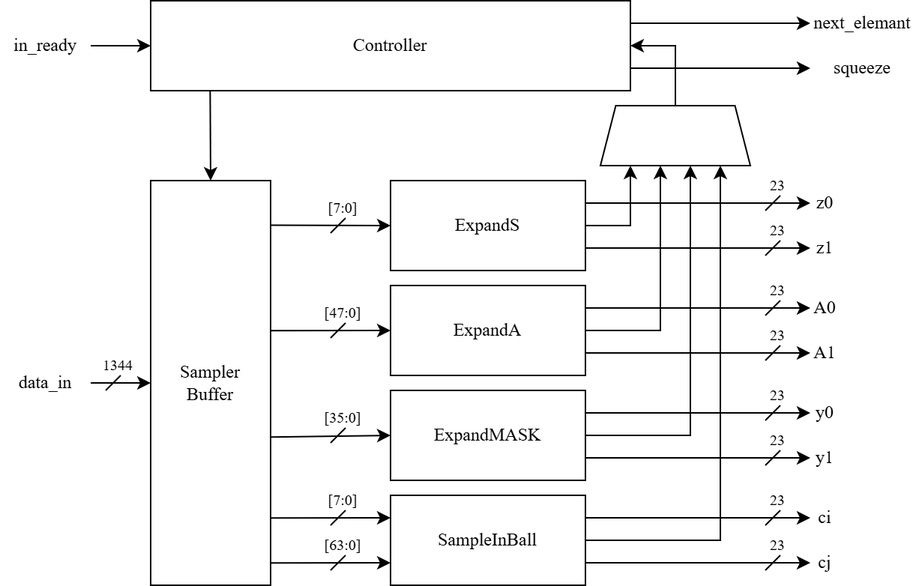
Fossum2523/ML_DSA keeps this draw.io diagram as Diagram/Block Diagram/Sampler/Sampler.png. Above is the earlier version. Source tidied: cells renumbered, new cells last; positions are measured from the earlier drawing's top-left corner, leaving out a move shared by most shapes. Source of this version:
```xml
<mxGraphModel>
  <root>
    <mxCell id="0" />
    <mxCell id="1" parent="0" />
    <mxCell id="2" value="&lt;font face=&quot;Times New Roman&quot;&gt;Sampler&lt;/font&gt;&lt;div&gt;&lt;font face=&quot;Times New Roman&quot;&gt;Buffer&lt;/font&gt;&lt;/div&gt;" style="rounded=0;whiteSpace=wrap;html=1;strokeColor=default;align=center;verticalAlign=middle;fontFamily=Helvetica;fontSize=12;fontColor=default;fillColor=default;" parent="1" vertex="1">
      <mxGeometry x="100" y="120" width="80" height="270" as="geometry" />
    </mxCell>
    <mxCell id="3" value="&lt;font style=&quot;font-size: 12px;&quot;&gt;Controller&lt;/font&gt;" style="rounded=0;whiteSpace=wrap;html=1;fontFamily=Times New Roman;" parent="1" vertex="1">
      <mxGeometry x="100" width="320" height="60" as="geometry" />
    </mxCell>
    <mxCell id="4" style="endArrow=classic;html=1;rounded=0;exitX=0.124;exitY=0.995;exitDx=0;exitDy=0;exitPerimeter=0;entryX=0.5;entryY=0;entryDx=0;entryDy=0;" parent="1" edge="1" source="3" target="2">
      <mxGeometry relative="1" as="geometry" />
    </mxCell>
    <mxCell id="5" style="endArrow=classic;html=1;rounded=0;entryX=0;entryY=0.5;entryDx=0;entryDy=0;exitX=1;exitY=0.5;exitDx=0;exitDy=0;" parent="1" edge="1" source="58" target="3">
      <mxGeometry relative="1" as="geometry" />
    </mxCell>
    <mxCell id="6" value="&lt;font style=&quot;font-size: 12px;&quot; face=&quot;Times New Roman&quot;&gt;ExpandS&lt;/font&gt;" style="rounded=0;whiteSpace=wrap;html=1;" parent="1" vertex="1">
      <mxGeometry x="260" y="120" width="130" height="60" as="geometry" />
    </mxCell>
    <mxCell id="7" value="&lt;font style=&quot;font-size: 12px;&quot; face=&quot;Times New Roman&quot;&gt;ExpandA&lt;/font&gt;" style="rounded=0;whiteSpace=wrap;html=1;" parent="1" vertex="1">
      <mxGeometry x="260" y="190" width="130" height="60" as="geometry" />
    </mxCell>
    <mxCell id="8" value="&lt;font style=&quot;font-size: 12px;&quot; face=&quot;Times New Roman&quot;&gt;ExpandMASK&lt;/font&gt;" style="rounded=0;whiteSpace=wrap;html=1;" parent="1" vertex="1">
      <mxGeometry x="260" y="260" width="130" height="60" as="geometry" />
    </mxCell>
    <mxCell id="9" value="&lt;font style=&quot;font-size: 12px;&quot; face=&quot;Times New Roman&quot;&gt;SampleInBall&lt;/font&gt;" style="rounded=0;whiteSpace=wrap;html=1;" parent="1" vertex="1">
      <mxGeometry x="260" y="330" width="130" height="60" as="geometry" />
    </mxCell>
    <mxCell id="10" style="endArrow=classic;html=1;rounded=0;entryX=0;entryY=0.5;entryDx=0;entryDy=0;exitX=1;exitY=0.5;exitDx=0;exitDy=0;" parent="1" edge="1" source="59" target="2">
      <mxGeometry relative="1" as="geometry" />
    </mxCell>
    <mxCell id="11" style="endArrow=classic;html=1;rounded=0;exitX=1.002;exitY=0.11;exitDx=0;exitDy=0;exitPerimeter=0;entryX=0;entryY=0.5;entryDx=0;entryDy=0;" parent="1" edge="1" source="2" target="6">
      <mxGeometry relative="1" as="geometry" />
    </mxCell>
    <mxCell id="12" style="endArrow=classic;html=1;rounded=0;entryX=0;entryY=0.5;entryDx=0;entryDy=0;exitX=1;exitY=0.371;exitDx=0;exitDy=0;exitPerimeter=0;" parent="1" edge="1" source="2" target="7">
      <mxGeometry relative="1" as="geometry" />
    </mxCell>
    <mxCell id="13" style="endArrow=classic;html=1;rounded=0;entryX=0;entryY=0.5;entryDx=0;entryDy=0;exitX=1;exitY=0.634;exitDx=0;exitDy=0;exitPerimeter=0;" parent="1" edge="1" source="2" target="8">
      <mxGeometry relative="1" as="geometry" />
    </mxCell>
    <mxCell id="14" style="endArrow=classic;html=1;rounded=0;entryX=0;entryY=0.25;entryDx=0;entryDy=0;exitX=0.994;exitY=0.834;exitDx=0;exitDy=0;exitPerimeter=0;" parent="1" edge="1" source="2" target="9">
      <mxGeometry relative="1" as="geometry" />
    </mxCell>
    <mxCell id="15" style="shape=trapezoid;perimeter=trapezoidPerimeter;whiteSpace=wrap;html=1;fixedSize=1;rotation=0;size=10.25;fontFamily=Times New Roman;points=[[0,0,0,0,0],[0,0.25,0,0,0],[0,0.5,0,0,0],[0,0.75,0,0,0],[0,1,0,0,0],[0.2,1,0,0,0],[0.25,0,0,0,0],[0.4,1,0,0,0],[0.5,0,0,0,0],[0.6,1,0,0,0],[0.75,0,0,0,0],[0.8,1,0,0,0],[1,0,0,0,0],[1,0.25,0,0,0],[1,0.5,0,0,0],[1,0.75,0,0,0],[1,1,0,0,0]];" parent="1" vertex="1">
      <mxGeometry x="400" y="70" width="100" height="40" as="geometry" />
    </mxCell>
    <mxCell id="16" style="endArrow=classic;html=1;rounded=0;exitX=0.5;exitY=0;exitDx=0;exitDy=0;exitPerimeter=0;entryX=1;entryY=0.5;entryDx=0;entryDy=0;" parent="1" edge="1" source="15" target="3">
      <mxGeometry relative="1" as="geometry">
        <Array as="points">
          <mxPoint x="450" y="30" />
        </Array>
      </mxGeometry>
    </mxCell>
    <mxCell id="17" style="endArrow=classic;html=1;rounded=0;exitX=1;exitY=0.25;exitDx=0;exitDy=0;fontFamily=Times New Roman;" parent="1" edge="1" source="6">
      <mxGeometry relative="1" as="geometry">
        <mxPoint x="540" y="135" as="targetPoint" />
      </mxGeometry>
    </mxCell>
    <mxCell id="18" style="endArrow=classic;html=1;rounded=0;exitX=1;exitY=0.75;exitDx=0;exitDy=0;entryX=0;entryY=0.5;entryDx=0;entryDy=0;fontFamily=Times New Roman;" parent="1" edge="1" source="6" target="65">
      <mxGeometry relative="1" as="geometry" />
    </mxCell>
    <mxCell id="19" style="endArrow=classic;html=1;rounded=0;exitX=1;exitY=0.75;exitDx=0;exitDy=0;fontFamily=Times New Roman;" parent="1" edge="1" source="7">
      <mxGeometry relative="1" as="geometry">
        <mxPoint x="540" y="235" as="targetPoint" />
      </mxGeometry>
    </mxCell>
    <mxCell id="20" style="endArrow=classic;html=1;rounded=0;exitX=1;exitY=0.25;exitDx=0;exitDy=0;fontFamily=Times New Roman;" parent="1" edge="1" source="8">
      <mxGeometry relative="1" as="geometry">
        <mxPoint x="540" y="275" as="targetPoint" />
      </mxGeometry>
    </mxCell>
    <mxCell id="21" style="endArrow=classic;html=1;rounded=0;exitX=1;exitY=0.75;exitDx=0;exitDy=0;fontFamily=Times New Roman;" parent="1" edge="1" source="8">
      <mxGeometry relative="1" as="geometry">
        <mxPoint x="540" y="305" as="targetPoint" />
      </mxGeometry>
    </mxCell>
    <mxCell id="22" style="endArrow=classic;html=1;rounded=0;exitX=1;exitY=0.25;exitDx=0;exitDy=0;" parent="1" edge="1" source="9">
      <mxGeometry relative="1" as="geometry">
        <mxPoint x="540" y="345" as="targetPoint" />
      </mxGeometry>
    </mxCell>
    <mxCell id="23" style="endArrow=classic;html=1;rounded=0;exitX=1;exitY=0.75;exitDx=0;exitDy=0;" parent="1" edge="1" source="9">
      <mxGeometry relative="1" as="geometry">
        <mxPoint x="540" y="375" as="targetPoint" />
      </mxGeometry>
    </mxCell>
    <mxCell id="24" style="endArrow=none;html=1;rounded=0;fontFamily=Times New Roman;fontSize=10;" parent="1" edge="1">
      <mxGeometry y="-7" relative="1" as="geometry">
        <mxPoint x="510" y="140" as="sourcePoint" />
        <mxPoint x="520" y="130" as="targetPoint" />
      </mxGeometry>
    </mxCell>
    <mxCell id="25" value="&lt;font&gt;23&lt;/font&gt;" style="edgeLabel;html=1;align=center;verticalAlign=bottom;fontFamily=Times New Roman;fontSize=10;" parent="24" vertex="1">
      <mxGeometry x="0.71" y="2" relative="1" as="geometry">
        <mxPoint y="1" as="offset" />
      </mxGeometry>
    </mxCell>
    <mxCell id="26" style="endArrow=none;html=1;rounded=0;fontFamily=Times New Roman;fontSize=10;" parent="1" edge="1">
      <mxGeometry relative="1" as="geometry">
        <mxPoint x="510" y="170" as="sourcePoint" />
        <mxPoint x="520" y="160" as="targetPoint" />
      </mxGeometry>
    </mxCell>
    <mxCell id="27" value="23" style="edgeLabel;html=1;align=center;verticalAlign=bottom;fontFamily=Times New Roman;fontSize=10;" parent="26" vertex="1">
      <mxGeometry x="0.71" y="2" relative="1" as="geometry">
        <mxPoint y="1" as="offset" />
      </mxGeometry>
    </mxCell>
    <mxCell id="28" style="endArrow=classic;html=1;rounded=0;exitX=1;exitY=0.25;exitDx=0;exitDy=0;fontFamily=Times New Roman;" parent="1" edge="1" source="7">
      <mxGeometry relative="1" as="geometry">
        <mxPoint x="540" y="205" as="targetPoint" />
      </mxGeometry>
    </mxCell>
    <mxCell id="29" style="endArrow=classic;html=1;rounded=0;exitX=1;exitY=0.5;exitDx=0;exitDy=0;entryX=0.2;entryY=1;entryDx=0;entryDy=0;entryPerimeter=0;fontFamily=Times New Roman;" parent="1" edge="1" source="6" target="15">
      <mxGeometry relative="1" as="geometry">
        <Array as="points">
          <mxPoint x="420" y="150" />
        </Array>
      </mxGeometry>
    </mxCell>
    <mxCell id="30" style="endArrow=classic;html=1;rounded=0;exitX=1;exitY=0.5;exitDx=0;exitDy=0;entryX=0.4;entryY=1;entryDx=0;entryDy=0;entryPerimeter=0;fontFamily=Times New Roman;" parent="1" edge="1" source="7" target="15">
      <mxGeometry relative="1" as="geometry">
        <Array as="points">
          <mxPoint x="440" y="220" />
        </Array>
      </mxGeometry>
    </mxCell>
    <mxCell id="31" style="endArrow=classic;html=1;rounded=0;entryX=0.8;entryY=1;entryDx=0;entryDy=0;entryPerimeter=0;exitX=1;exitY=0.5;exitDx=0;exitDy=0;" parent="1" edge="1" source="9" target="15">
      <mxGeometry relative="1" as="geometry">
        <Array as="points">
          <mxPoint x="480" y="360" />
        </Array>
      </mxGeometry>
    </mxCell>
    <mxCell id="32" style="endArrow=classic;html=1;rounded=0;exitX=1;exitY=0.5;exitDx=0;exitDy=0;entryX=0.6;entryY=1;entryDx=0;entryDy=0;entryPerimeter=0;fontFamily=Times New Roman;" parent="1" edge="1" source="8" target="15">
      <mxGeometry relative="1" as="geometry">
        <Array as="points">
          <mxPoint x="460" y="290" />
        </Array>
      </mxGeometry>
    </mxCell>
    <mxCell id="33" style="endArrow=none;html=1;rounded=0;fontFamily=Times New Roman;fontSize=10;" parent="1" edge="1">
      <mxGeometry relative="1" as="geometry">
        <mxPoint x="510" y="210" as="sourcePoint" />
        <mxPoint x="520" y="200" as="targetPoint" />
      </mxGeometry>
    </mxCell>
    <mxCell id="34" value="23" style="edgeLabel;html=1;align=center;verticalAlign=bottom;fontFamily=Times New Roman;fontSize=10;" parent="33" vertex="1">
      <mxGeometry x="0.71" y="2" relative="1" as="geometry">
        <mxPoint y="1" as="offset" />
      </mxGeometry>
    </mxCell>
    <mxCell id="35" style="endArrow=none;html=1;rounded=0;fontFamily=Times New Roman;fontSize=10;" parent="1" edge="1">
      <mxGeometry relative="1" as="geometry">
        <mxPoint x="510" y="240" as="sourcePoint" />
        <mxPoint x="520" y="230" as="targetPoint" />
      </mxGeometry>
    </mxCell>
    <mxCell id="36" value="23" style="edgeLabel;html=1;align=center;verticalAlign=bottom;fontFamily=Times New Roman;fontSize=10;" parent="35" vertex="1">
      <mxGeometry x="0.71" y="2" relative="1" as="geometry">
        <mxPoint y="1" as="offset" />
      </mxGeometry>
    </mxCell>
    <mxCell id="37" style="endArrow=none;html=1;rounded=0;fontFamily=Times New Roman;fontSize=10;" parent="1" edge="1">
      <mxGeometry relative="1" as="geometry">
        <mxPoint x="510" y="280" as="sourcePoint" />
        <mxPoint x="520" y="270" as="targetPoint" />
      </mxGeometry>
    </mxCell>
    <mxCell id="38" value="23" style="edgeLabel;html=1;align=center;verticalAlign=bottom;fontFamily=Times New Roman;fontSize=10;" parent="37" vertex="1">
      <mxGeometry x="0.71" y="2" relative="1" as="geometry">
        <mxPoint y="1" as="offset" />
      </mxGeometry>
    </mxCell>
    <mxCell id="39" style="endArrow=none;html=1;rounded=0;fontFamily=Times New Roman;fontSize=10;" parent="1" edge="1">
      <mxGeometry relative="1" as="geometry">
        <mxPoint x="510" y="310" as="sourcePoint" />
        <mxPoint x="520" y="300" as="targetPoint" />
      </mxGeometry>
    </mxCell>
    <mxCell id="40" value="23" style="edgeLabel;html=1;align=center;verticalAlign=bottom;fontFamily=Times New Roman;fontSize=10;" parent="39" vertex="1">
      <mxGeometry x="0.71" y="2" relative="1" as="geometry">
        <mxPoint y="1" as="offset" />
      </mxGeometry>
    </mxCell>
    <mxCell id="41" style="endArrow=none;html=1;rounded=0;fontSize=10;fontFamily=Times New Roman;" parent="1" edge="1">
      <mxGeometry relative="1" as="geometry">
        <mxPoint x="510" y="350" as="sourcePoint" />
        <mxPoint x="520" y="340" as="targetPoint" />
      </mxGeometry>
    </mxCell>
    <mxCell id="42" value="23" style="edgeLabel;html=1;align=center;verticalAlign=bottom;fontSize=10;fontFamily=Times New Roman;" parent="41" vertex="1">
      <mxGeometry x="0.71" y="2" relative="1" as="geometry">
        <mxPoint y="1" as="offset" />
      </mxGeometry>
    </mxCell>
    <mxCell id="43" style="endArrow=none;html=1;rounded=0;fontSize=10;fontFamily=Times New Roman;" parent="1" edge="1">
      <mxGeometry relative="1" as="geometry">
        <mxPoint x="510" y="380" as="sourcePoint" />
        <mxPoint x="520" y="370" as="targetPoint" />
      </mxGeometry>
    </mxCell>
    <mxCell id="44" value="23" style="edgeLabel;html=1;align=center;verticalAlign=bottom;fontSize=10;fontFamily=Times New Roman;" parent="43" vertex="1">
      <mxGeometry x="0.71" y="2" relative="1" as="geometry">
        <mxPoint y="1" as="offset" />
      </mxGeometry>
    </mxCell>
    <mxCell id="45" style="endArrow=classic;html=1;rounded=0;exitX=1.003;exitY=0.945;exitDx=0;exitDy=0;exitPerimeter=0;entryX=0;entryY=0.75;entryDx=0;entryDy=0;" parent="1" edge="1" source="2" target="9">
      <mxGeometry relative="1" as="geometry" />
    </mxCell>
    <mxCell id="46" style="endArrow=classic;html=1;rounded=0;exitX=1;exitY=0.25;exitDx=0;exitDy=0;entryX=0;entryY=0.5;entryDx=0;entryDy=0;" parent="1" edge="1" source="3" target="60">
      <mxGeometry relative="1" as="geometry" />
    </mxCell>
    <mxCell id="47" style="endArrow=classic;html=1;rounded=0;exitX=1;exitY=0.75;exitDx=0;exitDy=0;entryX=0;entryY=0.5;entryDx=0;entryDy=0;" parent="1" edge="1" source="3" target="61">
      <mxGeometry relative="1" as="geometry" />
    </mxCell>
    <mxCell id="48" style="endArrow=none;html=1;rounded=0;fontFamily=Times New Roman;fontSize=10;" parent="1" edge="1">
      <mxGeometry relative="1" as="geometry">
        <mxPoint x="220" y="155" as="sourcePoint" />
        <mxPoint x="230" y="145" as="targetPoint" />
      </mxGeometry>
    </mxCell>
    <mxCell id="49" value="[7:0]" style="edgeLabel;html=1;align=center;verticalAlign=bottom;fontFamily=Times New Roman;fontSize=10;" parent="48" vertex="1">
      <mxGeometry x="0.71" y="2" relative="1" as="geometry">
        <mxPoint y="1" as="offset" />
      </mxGeometry>
    </mxCell>
    <mxCell id="50" style="endArrow=none;html=1;rounded=0;fontFamily=Times New Roman;fontSize=10;" parent="1" edge="1">
      <mxGeometry relative="1" as="geometry">
        <mxPoint x="220" y="225" as="sourcePoint" />
        <mxPoint x="230" y="215" as="targetPoint" />
      </mxGeometry>
    </mxCell>
    <mxCell id="51" value="[47:0]" style="edgeLabel;html=1;align=center;verticalAlign=bottom;fontFamily=Times New Roman;fontSize=10;" parent="50" vertex="1">
      <mxGeometry x="0.71" y="2" relative="1" as="geometry">
        <mxPoint y="1" as="offset" />
      </mxGeometry>
    </mxCell>
    <mxCell id="52" style="endArrow=none;html=1;rounded=0;fontFamily=Times New Roman;fontSize=10;" parent="1" edge="1">
      <mxGeometry relative="1" as="geometry">
        <mxPoint x="220" y="295" as="sourcePoint" />
        <mxPoint x="230" y="285" as="targetPoint" />
      </mxGeometry>
    </mxCell>
    <mxCell id="53" value="[35:0]" style="edgeLabel;html=1;align=center;verticalAlign=bottom;fontFamily=Times New Roman;fontSize=10;" parent="52" vertex="1">
      <mxGeometry x="0.71" y="2" relative="1" as="geometry">
        <mxPoint y="1" as="offset" />
      </mxGeometry>
    </mxCell>
    <mxCell id="54" style="endArrow=none;html=1;rounded=0;fontFamily=Times New Roman;fontSize=10;" parent="1" edge="1">
      <mxGeometry relative="1" as="geometry">
        <mxPoint x="220" y="380" as="sourcePoint" />
        <mxPoint x="230" y="370" as="targetPoint" />
      </mxGeometry>
    </mxCell>
    <mxCell id="55" value="[63:0]" style="edgeLabel;html=1;align=center;verticalAlign=bottom;fontFamily=Times New Roman;fontSize=10;" parent="54" vertex="1">
      <mxGeometry x="0.71" y="2" relative="1" as="geometry">
        <mxPoint y="1" as="offset" />
      </mxGeometry>
    </mxCell>
    <mxCell id="56" style="endArrow=none;html=1;rounded=0;fontFamily=Times New Roman;fontSize=10;" parent="1" edge="1">
      <mxGeometry relative="1" as="geometry">
        <mxPoint x="220" y="350" as="sourcePoint" />
        <mxPoint x="230" y="340" as="targetPoint" />
      </mxGeometry>
    </mxCell>
    <mxCell id="57" value="[7:0]" style="edgeLabel;html=1;align=center;verticalAlign=bottom;fontFamily=Times New Roman;fontSize=10;" parent="56" vertex="1">
      <mxGeometry x="0.71" y="2" relative="1" as="geometry">
        <mxPoint y="1" as="offset" />
      </mxGeometry>
    </mxCell>
    <mxCell id="58" value="&lt;font face=&quot;Times New Roman&quot;&gt;in_ready&lt;/font&gt;" style="text;html=1;align=center;verticalAlign=middle;whiteSpace=wrap;rounded=0;" parent="1" vertex="1">
      <mxGeometry y="15" width="60" height="30" as="geometry" />
    </mxCell>
    <mxCell id="59" value="&lt;font face=&quot;Times New Roman&quot;&gt;data_in&lt;/font&gt;" style="text;html=1;align=center;verticalAlign=middle;whiteSpace=wrap;rounded=0;" parent="1" vertex="1">
      <mxGeometry y="240" width="60" height="30" as="geometry" />
    </mxCell>
    <mxCell id="60" value="&lt;font face=&quot;Times New Roman&quot;&gt;next_elemant&lt;/font&gt;" style="text;html=1;align=center;verticalAlign=middle;whiteSpace=wrap;rounded=0;" parent="1" vertex="1">
      <mxGeometry x="540" width="70" height="30" as="geometry" />
    </mxCell>
    <mxCell id="61" value="&lt;font face=&quot;Times New Roman&quot;&gt;squeeze&lt;/font&gt;" style="text;html=1;align=center;verticalAlign=middle;whiteSpace=wrap;rounded=0;" parent="1" vertex="1">
      <mxGeometry x="540" y="30" width="70" height="30" as="geometry" />
    </mxCell>
    <mxCell id="62" style="endArrow=none;html=1;rounded=0;" parent="1" edge="1">
      <mxGeometry relative="1" as="geometry">
        <mxPoint x="70" y="260" as="sourcePoint" />
        <mxPoint x="80" y="250" as="targetPoint" />
      </mxGeometry>
    </mxCell>
    <mxCell id="63" value="&lt;font style=&quot;font-size: 10px;&quot; face=&quot;Times New Roman&quot;&gt;1344&lt;/font&gt;" style="edgeLabel;html=1;align=center;verticalAlign=bottom;" parent="62" vertex="1">
      <mxGeometry x="0.71" y="2" relative="1" as="geometry">
        <mxPoint y="1" as="offset" />
      </mxGeometry>
    </mxCell>
    <mxCell id="64" value="&lt;font&gt;z0&lt;/font&gt;" style="text;html=1;align=center;verticalAlign=middle;whiteSpace=wrap;rounded=0;fontFamily=Times New Roman;" parent="1" vertex="1">
      <mxGeometry x="540" y="120" width="20" height="30" as="geometry" />
    </mxCell>
    <mxCell id="65" value="&lt;font&gt;z1&lt;/font&gt;" style="text;html=1;align=center;verticalAlign=middle;whiteSpace=wrap;rounded=0;fontFamily=Times New Roman;" parent="1" vertex="1">
      <mxGeometry x="540" y="150" width="20" height="30" as="geometry" />
    </mxCell>
    <mxCell id="66" value="&lt;font&gt;A0&lt;/font&gt;" style="text;html=1;align=center;verticalAlign=middle;whiteSpace=wrap;rounded=0;fontFamily=Times New Roman;" parent="1" vertex="1">
      <mxGeometry x="540" y="190" width="20" height="30" as="geometry" />
    </mxCell>
    <mxCell id="67" value="&lt;font&gt;A1&lt;/font&gt;" style="text;html=1;align=center;verticalAlign=middle;whiteSpace=wrap;rounded=0;fontFamily=Times New Roman;" parent="1" vertex="1">
      <mxGeometry x="540" y="220" width="20" height="30" as="geometry" />
    </mxCell>
    <mxCell id="68" value="&lt;font&gt;y0&lt;/font&gt;" style="text;html=1;align=center;verticalAlign=middle;whiteSpace=wrap;rounded=0;fontFamily=Times New Roman;" parent="1" vertex="1">
      <mxGeometry x="540" y="260" width="20" height="30" as="geometry" />
    </mxCell>
    <mxCell id="69" value="&lt;font face=&quot;Times New Roman&quot;&gt;y1&lt;/font&gt;" style="text;html=1;align=center;verticalAlign=middle;whiteSpace=wrap;rounded=0;" parent="1" vertex="1">
      <mxGeometry x="540" y="290" width="20" height="30" as="geometry" />
    </mxCell>
    <mxCell id="70" value="&lt;font face=&quot;Times New Roman&quot;&gt;ci&lt;/font&gt;" style="text;html=1;align=center;verticalAlign=middle;whiteSpace=wrap;rounded=0;" parent="1" vertex="1">
      <mxGeometry x="540" y="330" width="20" height="30" as="geometry" />
    </mxCell>
    <mxCell id="71" value="&lt;font face=&quot;Times New Roman&quot;&gt;cj&lt;/font&gt;" style="text;html=1;align=center;verticalAlign=middle;whiteSpace=wrap;rounded=0;" parent="1" vertex="1">
      <mxGeometry x="540" y="360" width="20" height="30" as="geometry" />
    </mxCell>
  </root>
</mxGraphModel>
```
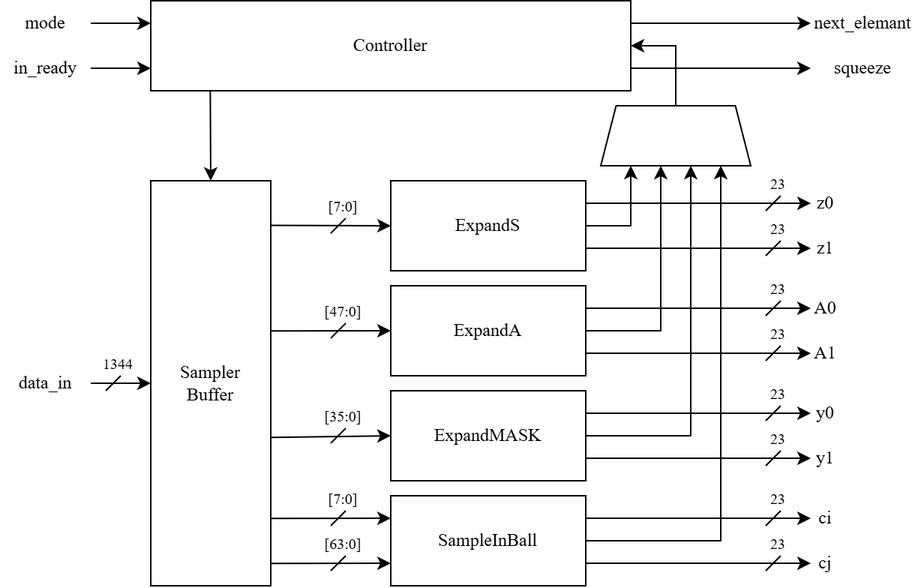
Later version of the same file.

Diff of the diagram source:
```diff
@@ -11,7 +11,7 @@
     <mxCell id="4" style="endArrow=classic;html=1;rounded=0;exitX=0.124;exitY=0.995;exitDx=0;exitDy=0;exitPerimeter=0;entryX=0.5;entryY=0;entryDx=0;entryDy=0;" parent="1" edge="1" source="3" target="2">
       <mxGeometry relative="1" as="geometry" />
     </mxCell>
-    <mxCell id="5" style="endArrow=classic;html=1;rounded=0;entryX=0;entryY=0.5;entryDx=0;entryDy=0;exitX=1;exitY=0.5;exitDx=0;exitDy=0;" parent="1" edge="1" source="58" target="3">
+    <mxCell id="5" style="endArrow=classic;html=1;rounded=0;entryX=0;entryY=0.75;entryDx=0;entryDy=0;exitX=1;exitY=0.5;exitDx=0;exitDy=0;" parent="1" edge="1" source="58" target="3">
       <mxGeometry relative="1" as="geometry" />
     </mxCell>
     <mxCell id="6" value="&lt;font style=&quot;font-size: 12px;&quot; face=&quot;Times New Roman&quot;&gt;ExpandS&lt;/font&gt;" style="rounded=0;whiteSpace=wrap;html=1;" parent="1" vertex="1">
@@ -270,7 +270,7 @@
       </mxGeometry>
     </mxCell>
     <mxCell id="58" value="&lt;font face=&quot;Times New Roman&quot;&gt;in_ready&lt;/font&gt;" style="text;html=1;align=center;verticalAlign=middle;whiteSpace=wrap;rounded=0;" parent="1" vertex="1">
-      <mxGeometry y="15" width="60" height="30" as="geometry" />
+      <mxGeometry y="30" width="60" height="30" as="geometry" />
     </mxCell>
     <mxCell id="59" value="&lt;font face=&quot;Times New Roman&quot;&gt;data_in&lt;/font&gt;" style="text;html=1;align=center;verticalAlign=middle;whiteSpace=wrap;rounded=0;" parent="1" vertex="1">
       <mxGeometry y="240" width="60" height="30" as="geometry" />
@@ -316,5 +316,11 @@
     <mxCell id="71" value="&lt;font face=&quot;Times New Roman&quot;&gt;cj&lt;/font&gt;" style="text;html=1;align=center;verticalAlign=middle;whiteSpace=wrap;rounded=0;" parent="1" vertex="1">
       <mxGeometry x="540" y="360" width="20" height="30" as="geometry" />
     </mxCell>
+    <mxCell id="72" style="endArrow=classic;html=1;rounded=0;entryX=0;entryY=0.25;entryDx=0;entryDy=0;exitX=1;exitY=0.5;exitDx=0;exitDy=0;" parent="1" edge="1" source="73" target="3">
+      <mxGeometry relative="1" as="geometry" />
+    </mxCell>
+    <mxCell id="73" value="&lt;font face=&quot;Times New Roman&quot;&gt;mode&lt;/font&gt;" style="text;html=1;align=center;verticalAlign=middle;whiteSpace=wrap;rounded=0;" parent="1" vertex="1">
+      <mxGeometry width="60" height="30" as="geometry" />
+    </mxCell>
   </root>
 </mxGraphModel>
```
